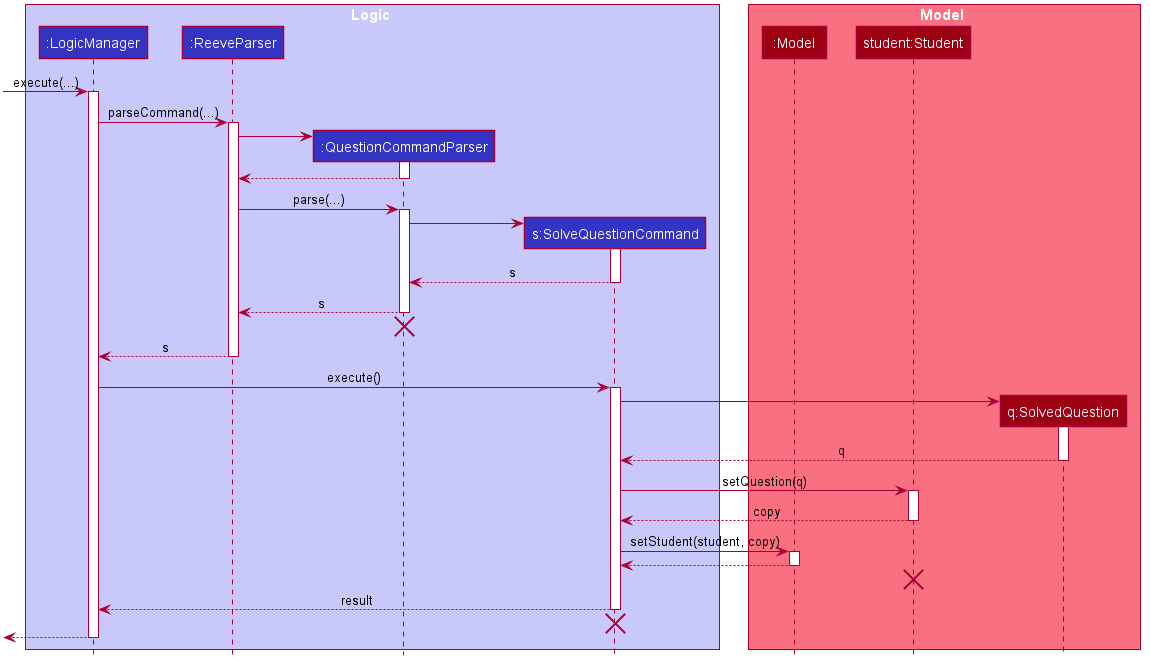
Above: docs/images/SolveQuestionSequenceDiagram.png in nus-cs2103-AY2021S1/tp (PlantUML), before the change.
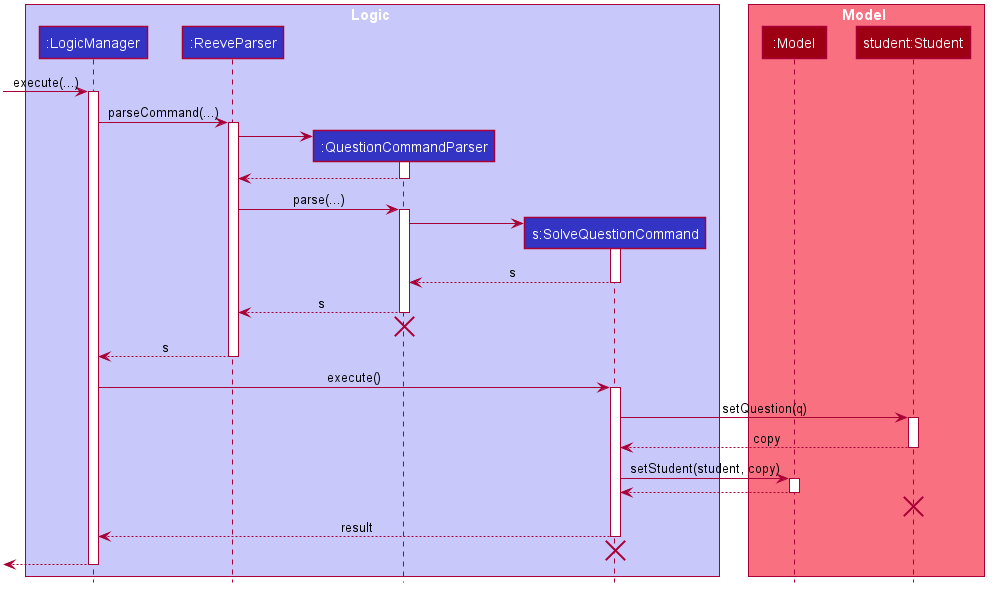
After the change.

Change to the diagram source:
```diff
@@ -58,7 +58,6 @@
 box Model #F97181
 participant ":Model" as Model #9D0012
 participant "student:Student" as Student #9D0012
-participant "q:SolvedQuestion" as Question #9D0012
 end box
 
 [-> LogicManager : execute(...)
@@ -96,13 +95,6 @@
 LogicManager -> SolveQuestionCommand : execute()
 activate SolveQuestionCommand
 
-create Question
-SolveQuestionCommand -> Question
-activate Question
-
-Question --> SolveQuestionCommand : q
-deactivate Question
-
 SolveQuestionCommand -> Student : setQuestion(q)
 activate Student
 
```
